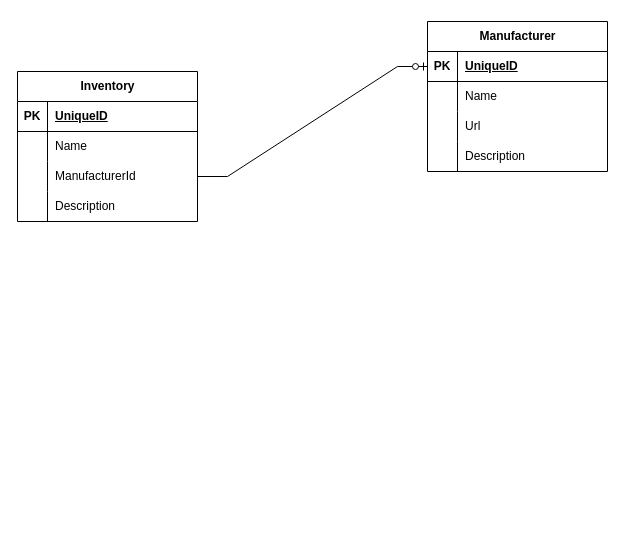
Above: InvMng.drawio in 100prznt/DrawIo (draw.io), before the change. Source tidied: cells renumbered, new cells numbered last; positions are measured from the earlier drawing's top-left corner, leaving out a move shared by most shapes. Both pictures are drawn from the tidied source at 100%, with x=0, y=0 at pixel (17, 21).
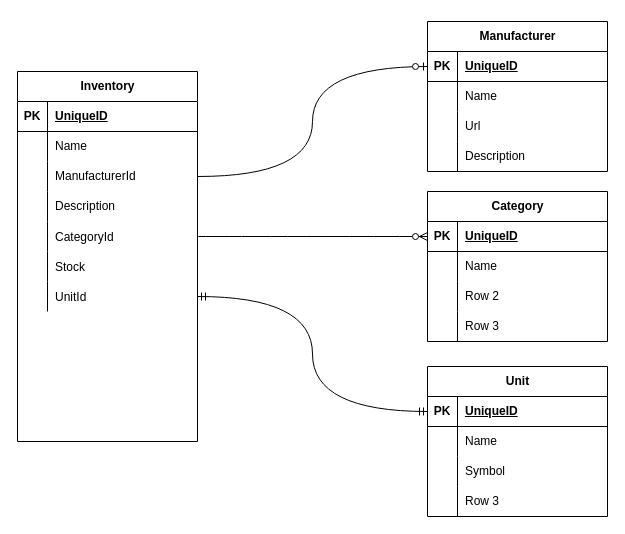
Above is the later version.

The change refers to these unchanged cells:
```xml
<mxCell id="9" style="shape=tableRow;horizontal=0;startSize=0;swimlaneHead=0;swimlaneBody=0;fillColor=none;points=[[0,0.5],[1,0.5]];portConstraint=eastwest;top=0;left=0;right=0;bottom=0;" parent="2" vertex="1">
  <mxGeometry y="90" width="180" height="30" as="geometry" />
</mxCell>
<mxCell id="16" style="shape=tableRow;horizontal=0;startSize=0;swimlaneHead=0;swimlaneBody=0;fillColor=none;points=[[0,0.5],[1,0.5]];portConstraint=eastwest;top=0;left=0;right=0;bottom=1;" parent="15" vertex="1">
  <mxGeometry y="30" width="180" height="30" as="geometry" />
</mxCell>
```

What changed in the source:
```diff
@@
     <mxCell id="2" value="&lt;p&gt;&lt;b&gt;Inventory&lt;/b&gt;&lt;/p&gt;" style="shape=table;startSize=30;childLayout=tableLayout;rowLines=0;fontStyle=1;align=center;html=1;" parent="1" vertex="1">
-      <mxGeometry y="50" width="180" height="150" as="geometry" />
+      <mxGeometry y="50" width="180" height="370" as="geometry" />
     </mxCell>
@@
+    <mxCell id="29" style="shape=tableRow;horizontal=0;startSize=0;swimlaneHead=0;swimlaneBody=0;fillColor=none;points=[[0,0.5],[1,0.5]];portConstraint=eastwest;top=0;left=0;right=0;bottom=0;" parent="2" vertex="1">
+      <mxGeometry y="150" width="180" height="30" as="geometry" />
+    </mxCell>
+    <mxCell id="30" style="shape=partialRectangle;fillColor=none;top=0;left=0;bottom=0;right=0;overflow=hidden;" parent="29" vertex="1">
+      <mxGeometry width="30" height="30" as="geometry" />
+    </mxCell>
+    <mxCell id="31" value="CategoryId" style="shape=partialRectangle;fillColor=none;top=0;left=0;bottom=0;right=0;align=left;spacingLeft=6;overflow=hidden;" parent="29" vertex="1">
+      <mxGeometry x="30" width="150" height="30" as="geometry" />
+    </mxCell>
+    <mxCell id="32" style="shape=tableRow;horizontal=0;startSize=0;swimlaneHead=0;swimlaneBody=0;fillColor=none;top=0;left=0;right=0;bottom=0;" parent="2" vertex="1">
+      <mxGeometry y="180" width="180" height="30" as="geometry" />
+    </mxCell>
+    <mxCell id="33" style="shape=partialRectangle;fillColor=none;top=0;left=0;bottom=0;right=0;overflow=hidden;" parent="32" vertex="1">
+      <mxGeometry width="30" height="30" as="geometry" />
+    </mxCell>
+    <mxCell id="34" value="Stock" style="shape=partialRectangle;fillColor=none;top=0;left=0;bottom=0;right=0;align=left;spacingLeft=6;overflow=hidden;" parent="32" vertex="1">
+      <mxGeometry x="30" width="150" height="30" as="geometry" />
+    </mxCell>
+    <mxCell id="35" style="shape=tableRow;horizontal=0;startSize=0;swimlaneHead=0;swimlaneBody=0;fillColor=none;points=[[0,0.5],[1,0.5]];portConstraint=eastwest;top=0;left=0;right=0;bottom=0;" parent="2" vertex="1">
+      <mxGeometry y="210" width="180" height="30" as="geometry" />
+    </mxCell>
+    <mxCell id="36" style="shape=partialRectangle;fillColor=none;top=0;left=0;bottom=0;right=0;overflow=hidden;" parent="35" vertex="1">
+      <mxGeometry width="30" height="30" as="geometry" />
+    </mxCell>
+    <mxCell id="37" value="UnitId" style="shape=partialRectangle;fillColor=none;top=0;left=0;bottom=0;right=0;align=left;spacingLeft=6;overflow=hidden;" parent="35" vertex="1">
+      <mxGeometry x="30" width="150" height="30" as="geometry" />
+    </mxCell>
@@
-    <mxCell id="28" style="edgeStyle=entityRelationEdgeStyle;fontSize=12;html=1;endArrow=ERzeroToOne;endFill=1;rounded=0;" parent="1" edge="1" source="9" target="16">
+    <mxCell id="28" style="edgeStyle=orthogonalEdgeStyle;fontSize=12;html=1;endArrow=ERzeroToOne;endFill=1;rounded=0;curved=1;" parent="1" edge="1" source="9" target="16">
       <mxGeometry relative="1" as="geometry" />
     </mxCell>
+    <mxCell id="38" value="Category" style="shape=table;startSize=30;childLayout=tableLayout;rowLines=0;fontStyle=1;align=center;html=1;" parent="1" vertex="1">
+      <mxGeometry x="410" y="170" width="180" height="150" as="geometry" />
+    </mxCell>
+    <mxCell id="39" style="shape=tableRow;horizontal=0;startSize=0;swimlaneHead=0;swimlaneBody=0;fillColor=none;points=[[0,0.5],[1,0.5]];portConstraint=eastwest;top=0;left=0;right=0;bottom=1;" parent="38" vertex="1">
+      <mxGeometry y="30" width="180" height="30" as="geometry" />
+    </mxCell>
+    <mxCell id="40" value="PK" style="shape=partialRectangle;fillColor=none;top=0;left=0;bottom=0;right=0;fontStyle=1;overflow=hidden;whiteSpace=wrap;html=1;" parent="39" vertex="1">
+      <mxGeometry width="30" height="30" as="geometry" />
+    </mxCell>
+    <mxCell id="41" value="UniqueID" style="shape=partialRectangle;fillColor=none;top=0;left=0;bottom=0;right=0;align=left;spacingLeft=6;fontStyle=5;overflow=hidden;whiteSpace=wrap;html=1;" parent="39" vertex="1">
+      <mxGeometry x="30" width="150" height="30" as="geometry" />
+    </mxCell>
+    <mxCell id="42" style="shape=tableRow;horizontal=0;startSize=0;swimlaneHead=0;swimlaneBody=0;fillColor=none;top=0;left=0;right=0;bottom=0;" parent="38" vertex="1">
+      <mxGeometry y="60" width="180" height="30" as="geometry" />
+    </mxCell>
+    <mxCell id="43" style="shape=partialRectangle;fillColor=none;top=0;left=0;bottom=0;right=0;overflow=hidden;whiteSpace=wrap;html=1;" parent="42" vertex="1">
+      <mxGeometry width="30" height="30" as="geometry" />
+    </mxCell>
+    <mxCell id="44" value="Name" style="shape=partialRectangle;fillColor=none;top=0;left=0;bottom=0;right=0;align=left;spacingLeft=6;overflow=hidden;whiteSpace=wrap;html=1;" parent="42" vertex="1">
+      <mxGeometry x="30" width="150" height="30" as="geometry" />
+    </mxCell>
+    <mxCell id="45" style="shape=tableRow;horizontal=0;startSize=0;swimlaneHead=0;swimlaneBody=0;fillColor=none;top=0;left=0;right=0;bottom=0;" parent="38" vertex="1">
+      <mxGeometry y="90" width="180" height="30" as="geometry" />
+    </mxCell>
+    <mxCell id="46" style="shape=partialRectangle;fillColor=none;top=0;left=0;bottom=0;right=0;overflow=hidden;whiteSpace=wrap;html=1;" parent="45" vertex="1">
+      <mxGeometry width="30" height="30" as="geometry" />
+    </mxCell>
+    <mxCell id="47" value="Row 2" style="shape=partialRectangle;fillColor=none;top=0;left=0;bottom=0;right=0;align=left;spacingLeft=6;overflow=hidden;whiteSpace=wrap;html=1;" parent="45" vertex="1">
+      <mxGeometry x="30" width="150" height="30" as="geometry" />
+    </mxCell>
+    <mxCell id="48" style="shape=tableRow;horizontal=0;startSize=0;swimlaneHead=0;swimlaneBody=0;fillColor=none;top=0;left=0;right=0;bottom=0;" parent="38" vertex="1">
+      <mxGeometry y="120" width="180" height="30" as="geometry" />
+    </mxCell>
+    <mxCell id="49" style="shape=partialRectangle;fillColor=none;top=0;left=0;bottom=0;right=0;overflow=hidden;whiteSpace=wrap;html=1;" parent="48" vertex="1">
+      <mxGeometry width="30" height="30" as="geometry" />
+    </mxCell>
+    <mxCell id="50" value="Row 3" style="shape=partialRectangle;fillColor=none;top=0;left=0;bottom=0;right=0;align=left;spacingLeft=6;overflow=hidden;whiteSpace=wrap;html=1;" parent="48" vertex="1">
+      <mxGeometry x="30" width="150" height="30" as="geometry" />
+    </mxCell>
+    <mxCell id="51" style="edgeStyle=orthogonalEdgeStyle;fontSize=12;html=1;endArrow=ERzeroToMany;endFill=1;rounded=0;exitX=1;exitY=0.5;exitDx=0;exitDy=0;entryX=0;entryY=0.5;entryDx=0;entryDy=0;curved=1;" parent="1" edge="1" source="29" target="39">
+      <mxGeometry relative="1" as="geometry" />
+    </mxCell>
+    <mxCell id="52" value="Unit" style="shape=table;startSize=30;childLayout=tableLayout;rowLines=0;fontStyle=1;align=center;html=1;" parent="1" vertex="1">
+      <mxGeometry x="410" y="345" width="180" height="150" as="geometry" />
+    </mxCell>
+    <mxCell id="53" style="shape=tableRow;horizontal=0;startSize=0;swimlaneHead=0;swimlaneBody=0;fillColor=none;points=[[0,0.5],[1,0.5]];portConstraint=eastwest;top=0;left=0;right=0;bottom=1;" parent="52" vertex="1">
+      <mxGeometry y="30" width="180" height="30" as="geometry" />
+    </mxCell>
+    <mxCell id="54" value="PK" style="shape=partialRectangle;fillColor=none;top=0;left=0;bottom=0;right=0;fontStyle=1;overflow=hidden;whiteSpace=wrap;html=1;" parent="53" vertex="1">
+      <mxGeometry width="30" height="30" as="geometry" />
+    </mxCell>
+    <mxCell id="55" value="UniqueID" style="shape=partialRectangle;fillColor=none;top=0;left=0;bottom=0;right=0;align=left;spacingLeft=6;fontStyle=5;overflow=hidden;whiteSpace=wrap;html=1;" parent="53" vertex="1">
+      <mxGeometry x="30" width="150" height="30" as="geometry" />
+    </mxCell>
+    <mxCell id="56" style="shape=tableRow;horizontal=0;startSize=0;swimlaneHead=0;swimlaneBody=0;fillColor=none;top=0;left=0;right=0;bottom=0;" parent="52" vertex="1">
+      <mxGeometry y="60" width="180" height="30" as="geometry" />
+    </mxCell>
+    <mxCell id="57" style="shape=partialRectangle;fillColor=none;top=0;left=0;bottom=0;right=0;overflow=hidden;whiteSpace=wrap;html=1;" parent="56" vertex="1">
+      <mxGeometry width="30" height="30" as="geometry" />
+    </mxCell>
+    <mxCell id="58" value="Name" style="shape=partialRectangle;fillColor=none;top=0;left=0;bottom=0;right=0;align=left;spacingLeft=6;overflow=hidden;whiteSpace=wrap;html=1;" parent="56" vertex="1">
+      <mxGeometry x="30" width="150" height="30" as="geometry" />
+    </mxCell>
+    <mxCell id="59" style="shape=tableRow;horizontal=0;startSize=0;swimlaneHead=0;swimlaneBody=0;fillColor=none;top=0;left=0;right=0;bottom=0;" parent="52" vertex="1">
+      <mxGeometry y="90" width="180" height="30" as="geometry" />
+    </mxCell>
+    <mxCell id="60" style="shape=partialRectangle;fillColor=none;top=0;left=0;bottom=0;right=0;overflow=hidden;whiteSpace=wrap;html=1;" parent="59" vertex="1">
+      <mxGeometry width="30" height="30" as="geometry" />
+    </mxCell>
+    <mxCell id="61" value="Symbol" style="shape=partialRectangle;fillColor=none;top=0;left=0;bottom=0;right=0;align=left;spacingLeft=6;overflow=hidden;whiteSpace=wrap;html=1;" parent="59" vertex="1">
+      <mxGeometry x="30" width="150" height="30" as="geometry" />
+    </mxCell>
+    <mxCell id="62" style="shape=tableRow;horizontal=0;startSize=0;swimlaneHead=0;swimlaneBody=0;fillColor=none;top=0;left=0;right=0;bottom=0;" parent="52" vertex="1">
+      <mxGeometry y="120" width="180" height="30" as="geometry" />
+    </mxCell>
+    <mxCell id="63" style="shape=partialRectangle;fillColor=none;top=0;left=0;bottom=0;right=0;overflow=hidden;whiteSpace=wrap;html=1;" parent="62" vertex="1">
+      <mxGeometry width="30" height="30" as="geometry" />
+    </mxCell>
+    <mxCell id="64" value="Row 3" style="shape=partialRectangle;fillColor=none;top=0;left=0;bottom=0;right=0;align=left;spacingLeft=6;overflow=hidden;whiteSpace=wrap;html=1;" parent="62" vertex="1">
+      <mxGeometry x="30" width="150" height="30" as="geometry" />
+    </mxCell>
+    <mxCell id="65" style="edgeStyle=orthogonalEdgeStyle;fontSize=12;html=1;endArrow=ERmandOne;startArrow=ERmandOne;rounded=0;entryX=0;entryY=0.5;entryDx=0;entryDy=0;exitX=1;exitY=0.5;exitDx=0;exitDy=0;curved=1;" parent="1" edge="1" source="35" target="53">
+      <mxGeometry relative="1" as="geometry" />
+    </mxCell>
```
